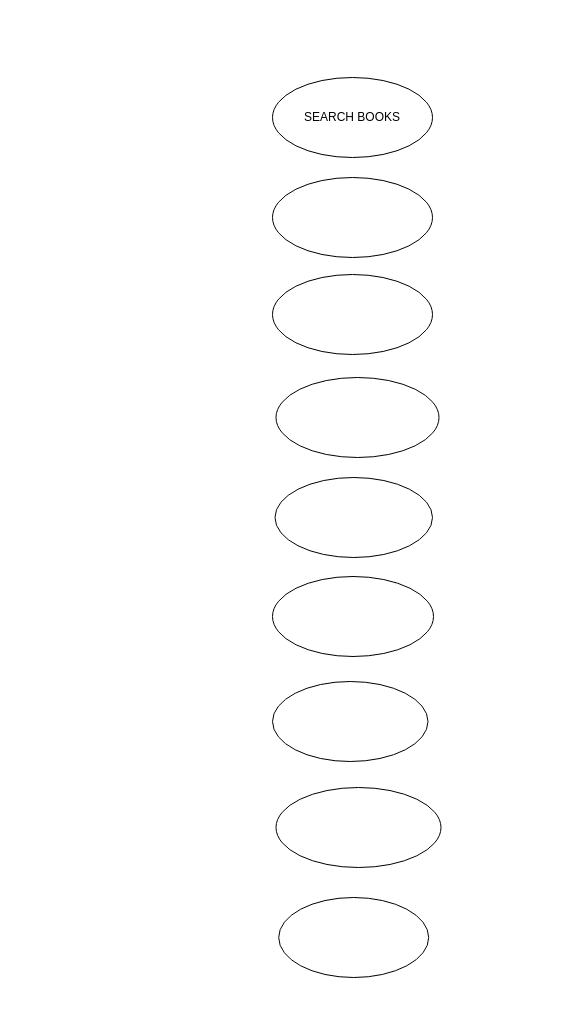
The draw.io diagram Manual testing/Assignment/Module 1/Untitled Diagram.drawio in hetaljadav/testing, before the edit. Source tidied: cells renumbered, new cells numbered last; positions are measured from the earlier drawing's top-left corner, leaving out a move shared by most shapes. Both pictures are drawn from the tidied source at 100%, with x=0, y=0 at pixel (272, 77).
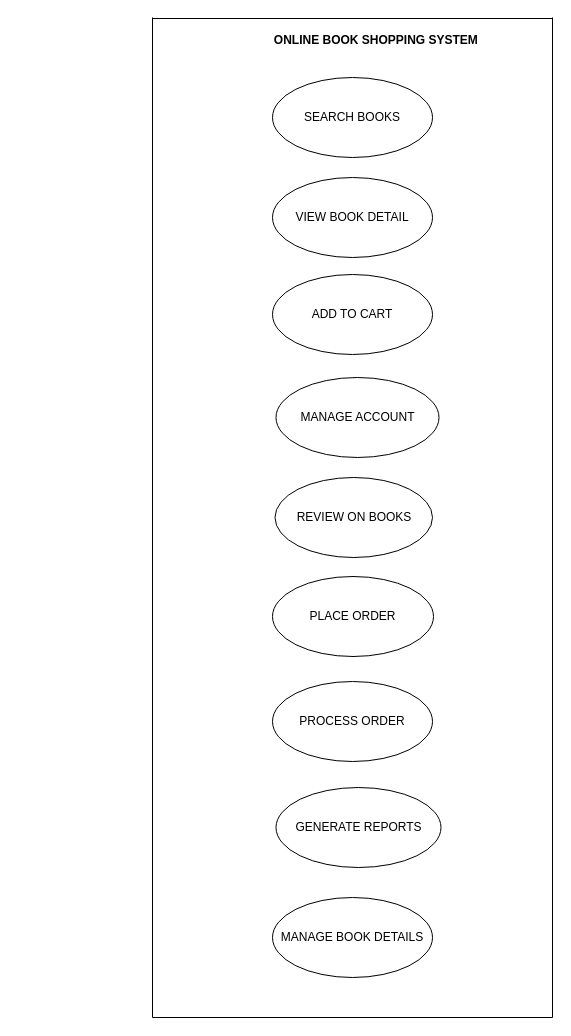
The same page after the edit.

The edit, as a diff of the source:
```diff
@@
 <mxGraphModel>
   <root>
     <mxCell id="0" />
     <mxCell id="1" parent="0" />
     <mxCell id="2" value="SEARCH BOOKS" style="ellipse;whiteSpace=wrap;html=1;" parent="1" vertex="1">
       <mxGeometry width="160" height="80" as="geometry" />
     </mxCell>
-    <mxCell id="3" style="ellipse;whiteSpace=wrap;html=1;" parent="1" vertex="1">
+    <mxCell id="3" value="VIEW BOOK DETAIL" style="ellipse;whiteSpace=wrap;html=1;" parent="1" vertex="1">
       <mxGeometry y="100" width="160" height="80" as="geometry" />
     </mxCell>
-    <mxCell id="4" style="ellipse;whiteSpace=wrap;html=1;" parent="1" vertex="1">
+    <mxCell id="4" value="ADD TO CART" style="ellipse;whiteSpace=wrap;html=1;" parent="1" vertex="1">
       <mxGeometry y="197" width="160" height="80" as="geometry" />
     </mxCell>
-    <mxCell id="5" style="ellipse;whiteSpace=wrap;html=1;" parent="1" vertex="1">
+    <mxCell id="5" value="MANAGE ACCOUNT" style="ellipse;whiteSpace=wrap;html=1;" parent="1" vertex="1">
       <mxGeometry x="3.5" y="300" width="163" height="80" as="geometry" />
     </mxCell>
-    <mxCell id="6" style="ellipse;whiteSpace=wrap;html=1;" parent="1" vertex="1">
+    <mxCell id="6" value="GENERATE REPORTS" style="ellipse;whiteSpace=wrap;html=1;" parent="1" vertex="1">
       <mxGeometry x="3.5" y="710" width="165" height="80" as="geometry" />
     </mxCell>
-    <mxCell id="7" style="ellipse;whiteSpace=wrap;html=1;" parent="1" vertex="1">
-      <mxGeometry x="6.2" y="820" width="150" height="80" as="geometry" />
+    <mxCell id="7" value="MANAGE BOOK DETAILS" style="ellipse;whiteSpace=wrap;html=1;" parent="1" vertex="1">
+      <mxGeometry y="820" width="160" height="80" as="geometry" />
     </mxCell>
-    <mxCell id="8" style="ellipse;whiteSpace=wrap;html=1;" parent="1" vertex="1">
+    <mxCell id="8" value="REVIEW ON BOOKS" style="ellipse;whiteSpace=wrap;html=1;" parent="1" vertex="1">
       <mxGeometry x="2.5" y="400" width="157.5" height="80" as="geometry" />
     </mxCell>
-    <mxCell id="9" style="ellipse;whiteSpace=wrap;html=1;" parent="1" vertex="1">
-      <mxGeometry y="604" width="155.5" height="80" as="geometry" />
+    <mxCell id="9" value="PROCESS ORDER" style="ellipse;whiteSpace=wrap;html=1;" parent="1" vertex="1">
+      <mxGeometry y="604" width="160" height="80" as="geometry" />
     </mxCell>
-    <mxCell id="10" style="ellipse;whiteSpace=wrap;html=1;" parent="1" vertex="1">
+    <mxCell id="10" value="PLACE ORDER" style="ellipse;whiteSpace=wrap;html=1;" parent="1" vertex="1">
       <mxGeometry y="499" width="161" height="80" as="geometry" />
     </mxCell>
+    <mxCell id="11" style="endArrow=none;html=1;rounded=0;" parent="1" edge="1">
+      <mxGeometry relative="1" as="geometry">
+        <mxPoint x="-120" y="-59" as="sourcePoint" />
+        <mxPoint x="280" y="-59" as="targetPoint" />
+      </mxGeometry>
+    </mxCell>
+    <mxCell id="12" style="endArrow=none;html=1;rounded=0;" parent="1" edge="1">
+      <mxGeometry relative="1" as="geometry">
+        <mxPoint x="-120" y="940" as="sourcePoint" />
+        <mxPoint x="-120" y="-60" as="targetPoint" />
+      </mxGeometry>
+    </mxCell>
+    <mxCell id="13" value="&lt;b&gt;&amp;nbsp; &amp;nbsp; &amp;nbsp; &amp;nbsp; &amp;nbsp; &amp;nbsp; &amp;nbsp; &amp;nbsp; &amp;nbsp; &amp;nbsp; &amp;nbsp; &amp;nbsp; &amp;nbsp; &amp;nbsp; &amp;nbsp; &amp;nbsp; &amp;nbsp; &amp;nbsp; &amp;nbsp; &amp;nbsp; &amp;nbsp; &amp;nbsp; &amp;nbsp; &amp;nbsp; &amp;nbsp; &amp;nbsp; &amp;nbsp; &amp;nbsp; &amp;nbsp; &amp;nbsp; &amp;nbsp; &amp;nbsp; &amp;nbsp; &amp;nbsp; &amp;nbsp; &amp;nbsp; &amp;nbsp; ONLINE BOOK SHOPPING SYSTEM&lt;/b&gt;" style="text;html=1;align=center;verticalAlign=middle;strokeColor=none;fillColor=none;" parent="1" vertex="1">
+      <mxGeometry x="-255" y="-52" width="470" height="30" as="geometry" />
+    </mxCell>
+    <mxCell id="14" style="endArrow=none;html=1;rounded=0;" parent="1" edge="1">
+      <mxGeometry relative="1" as="geometry">
+        <mxPoint x="280" y="940" as="sourcePoint" />
+        <mxPoint x="280" y="-60" as="targetPoint" />
+      </mxGeometry>
+    </mxCell>
+    <mxCell id="15" style="endArrow=none;html=1;rounded=0;" parent="1" edge="1">
+      <mxGeometry relative="1" as="geometry">
+        <mxPoint x="-120" y="940" as="sourcePoint" />
+        <mxPoint x="280" y="940" as="targetPoint" />
+      </mxGeometry>
+    </mxCell>
   </root>
 </mxGraphModel>
```
